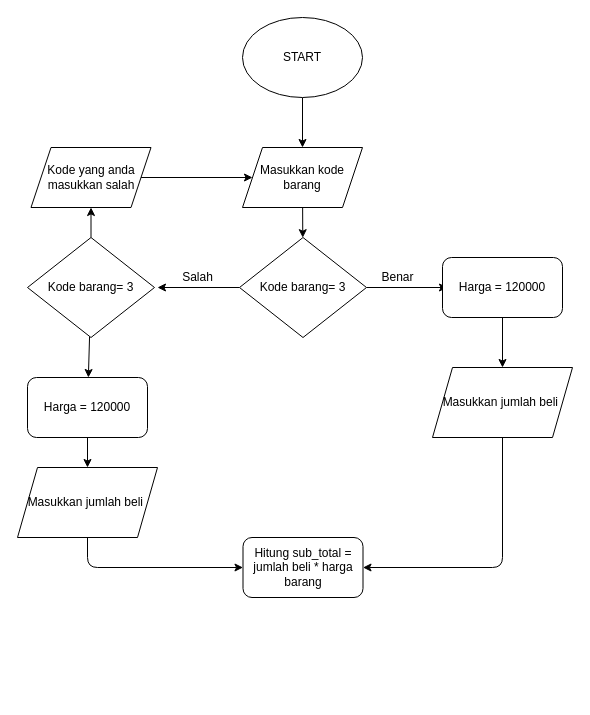
sakhaardiansyah/Sakha_Ardiansyah-Sistem_Kasir keeps this draw.io diagram as flowchart.drawio. Above is the earlier version. Source tidied: cells renumbered, new cells numbered last; positions are measured from the earlier drawing's top-left corner, leaving out a move shared by most shapes. Both pictures are drawn from the tidied source at 100%, with x=0, y=0 at pixel (17, 17).
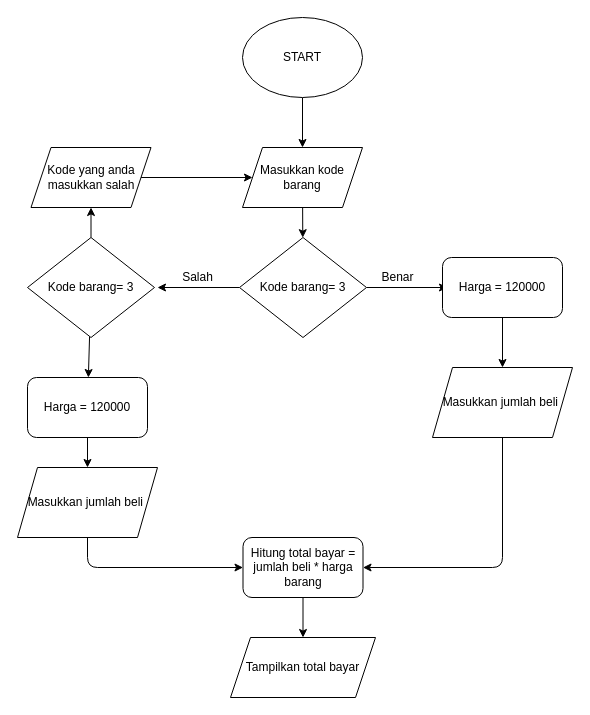
The same page after the edit.

Commit message:
Perhitungan variabel jumlah, harga, dan total

Diff of the diagram source:
```diff
@@
+    <mxCell id="25" style="edgeStyle=none;html=1;" parent="1" edge="1" source="11" target="26">
+      <mxGeometry relative="1" as="geometry" />
+    </mxCell>
-    <mxCell id="11" value="Hitung sub_total = jumlah beli * harga barang" style="rounded=1;whiteSpace=wrap;html=1;" parent="1" vertex="1">
+    <mxCell id="11" value="Hitung total bayar = jumlah beli * harga barang" style="rounded=1;whiteSpace=wrap;html=1;" parent="1" vertex="1">
       <mxGeometry x="225.5" y="520" width="120" height="60" as="geometry" />
     </mxCell>
@@
+    <mxCell id="26" value="Tampilkan total bayar" style="shape=parallelogram;perimeter=parallelogramPerimeter;whiteSpace=wrap;html=1;fixedSize=1;" parent="1" vertex="1">
+      <mxGeometry x="213" y="620" width="145" height="60" as="geometry" />
+    </mxCell>
```
